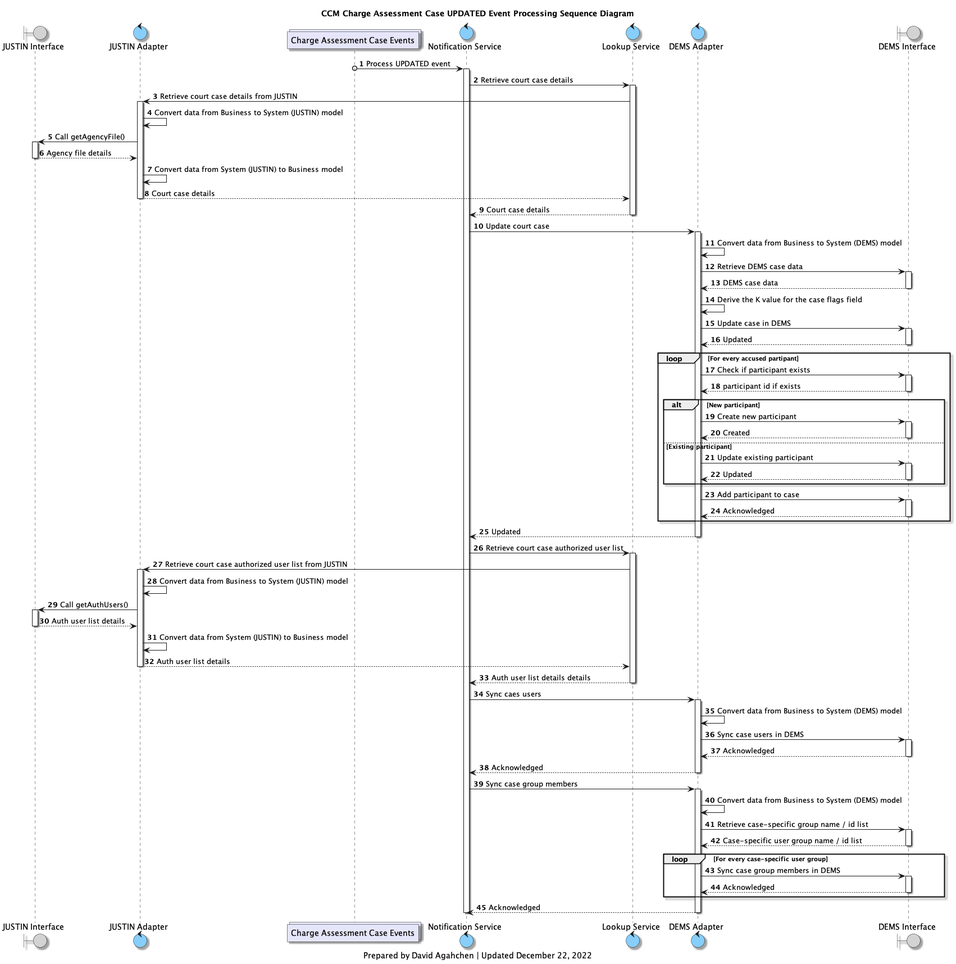
This is diagrams/img/ccm_charge_assessment_case_updated_processing_sequence_diagram.png from bcgov/jpss-jade-ccm, a PlantUML export, as it was before one commit. Its source is kept beside it as diagrams/ccm_charge_assessment_case_updated_processing_sequence_diagram.plantuml.
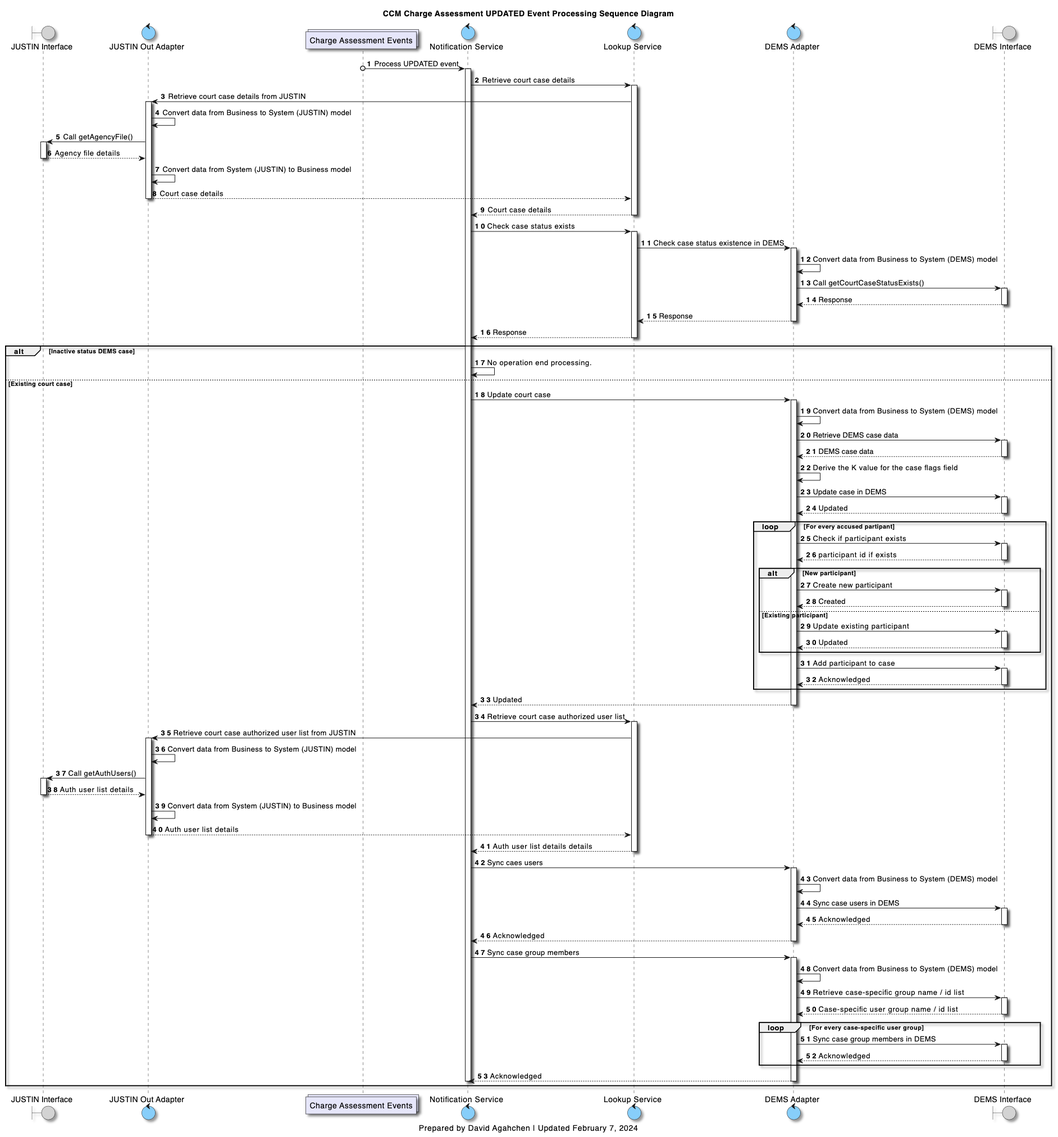
After the commit.

Diff of the diagram source:
```diff
@@ -7,20 +7,20 @@
 
 
 boundary j_interface as "JUSTIN Interface"
-control j_adapter as "JUSTIN Adapter"
-collections court_cases_topic as "Charge Assessment Case Events"
+control j_adapter as "JUSTIN Out Adapter"
+collections charge_assessments_topic as "Charge Assessment Events"
 control notification_service as "Notification Service"
 control lookup_service as "Lookup Service"
 control d_adapter as "DEMS Adapter"
 boundary d_interface as "DEMS Interface"
 
 title
-CCM Charge Assessment Case UPDATED Event Processing Sequence Diagram
+CCM Charge Assessment UPDATED Event Processing Sequence Diagram
 end title
 
 autonumber
 
-court_cases_topic o-> notification_service : Process UPDATED event
+charge_assessments_topic o-> notification_service : Process UPDATED event
 activate notification_service
 notification_service -> lookup_service: Retrieve court case details
 activate lookup_service
@@ -147,6 +147,6 @@
 end
 
 caption
-Prepared by David Agahchen | Updated July 16, 2023
+Prepared by David Agahchen | Updated February 7, 2024
 end caption
 @enduml
```
